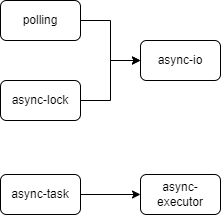
Before: content/blog/2024-09-12-smol-async-runtime/smol-crates-dependency-graph.drawio.png, a diagram exported from draw.io (systemxlabs/systemxlabs.github.io). Source tidied: cells renumbered, new cells last; positions are measured from the earlier drawing's top-left corner, leaving out a move shared by most shapes. Its diagram source:
```xml
<mxGraphModel>
  <root>
    <mxCell id="0" />
    <mxCell id="1" parent="0" />
    <mxCell id="2" style="edgeStyle=orthogonalEdgeStyle;rounded=0;jettySize=auto;html=1;entryX=0;entryY=0.5;entryDx=0;entryDy=0;" parent="1" edge="1" source="3" target="6">
      <mxGeometry relative="1" as="geometry" />
    </mxCell>
    <mxCell id="3" value="polling" style="rounded=1;whiteSpace=wrap;html=1;" parent="1" vertex="1">
      <mxGeometry width="80" height="40" as="geometry" />
    </mxCell>
    <mxCell id="4" style="edgeStyle=orthogonalEdgeStyle;rounded=0;jettySize=auto;html=1;entryX=0;entryY=0.5;entryDx=0;entryDy=0;" parent="1" edge="1" source="5" target="6">
      <mxGeometry relative="1" as="geometry" />
    </mxCell>
    <mxCell id="5" value="async-lock" style="rounded=1;whiteSpace=wrap;html=1;" parent="1" vertex="1">
      <mxGeometry y="80" width="80" height="40" as="geometry" />
    </mxCell>
    <mxCell id="6" value="async-io" style="rounded=1;whiteSpace=wrap;html=1;" parent="1" vertex="1">
      <mxGeometry x="140" y="40" width="80" height="40" as="geometry" />
    </mxCell>
    <mxCell id="7" style="edgeStyle=orthogonalEdgeStyle;rounded=0;jettySize=auto;html=1;" parent="1" edge="1" source="8" target="9">
      <mxGeometry relative="1" as="geometry" />
    </mxCell>
    <mxCell id="8" value="async-task" style="rounded=1;whiteSpace=wrap;html=1;" parent="1" vertex="1">
      <mxGeometry y="174" width="80" height="40" as="geometry" />
    </mxCell>
    <mxCell id="9" value="async-executor" style="rounded=1;whiteSpace=wrap;html=1;" parent="1" vertex="1">
      <mxGeometry x="140" y="174" width="80" height="40" as="geometry" />
    </mxCell>
  </root>
</mxGraphModel>
```
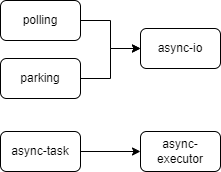
After the commit.

What changed in the source:
```diff
@@ -6,14 +6,8 @@
       <mxGeometry relative="1" as="geometry" />
     </mxCell>
     <mxCell id="3" value="polling" style="rounded=1;whiteSpace=wrap;html=1;" parent="1" vertex="1">
-      <mxGeometry width="80" height="40" as="geometry" />
+      <mxGeometry y="12" width="80" height="40" as="geometry" />
     </mxCell>
-    <mxCell id="4" style="edgeStyle=orthogonalEdgeStyle;rounded=0;jettySize=auto;html=1;entryX=0;entryY=0.5;entryDx=0;entryDy=0;" parent="1" edge="1" source="5" target="6">
-      <mxGeometry relative="1" as="geometry" />
-    </mxCell>
-    <mxCell id="5" value="async-lock" style="rounded=1;whiteSpace=wrap;html=1;" parent="1" vertex="1">
-      <mxGeometry y="80" width="80" height="40" as="geometry" />
-    </mxCell>
     <mxCell id="6" value="async-io" style="rounded=1;whiteSpace=wrap;html=1;" parent="1" vertex="1">
       <mxGeometry x="140" y="40" width="80" height="40" as="geometry" />
     </mxCell>
@@ -21,10 +15,16 @@
       <mxGeometry relative="1" as="geometry" />
     </mxCell>
     <mxCell id="8" value="async-task" style="rounded=1;whiteSpace=wrap;html=1;" parent="1" vertex="1">
-      <mxGeometry y="174" width="80" height="40" as="geometry" />
+      <mxGeometry y="143" width="80" height="40" as="geometry" />
     </mxCell>
     <mxCell id="9" value="async-executor" style="rounded=1;whiteSpace=wrap;html=1;" parent="1" vertex="1">
-      <mxGeometry x="140" y="174" width="80" height="40" as="geometry" />
+      <mxGeometry x="140" y="143" width="80" height="40" as="geometry" />
     </mxCell>
+    <mxCell id="10" style="edgeStyle=orthogonalEdgeStyle;rounded=0;jettySize=auto;html=1;entryX=0;entryY=0.5;entryDx=0;entryDy=0;" parent="1" edge="1" source="11" target="6">
+      <mxGeometry relative="1" as="geometry" />
+    </mxCell>
+    <mxCell id="11" value="parking" style="rounded=1;whiteSpace=wrap;html=1;" parent="1" vertex="1">
+      <mxGeometry y="70" width="80" height="40" as="geometry" />
+    </mxCell>
   </root>
 </mxGraphModel>
```
